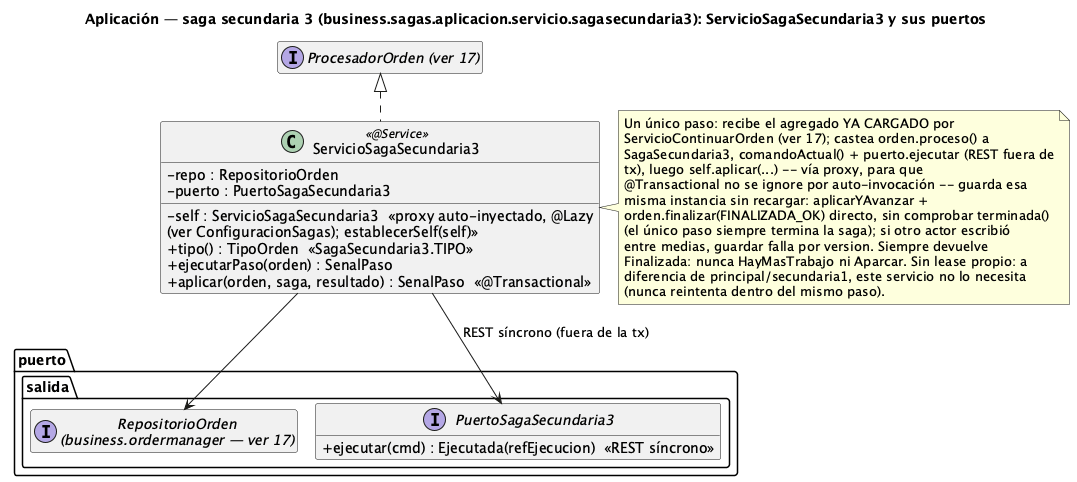
Earlier version of the PlantUML export order-manager/docs/21-clases-aplicacion-saga-secundaria3.png (ralcazar/patrones).
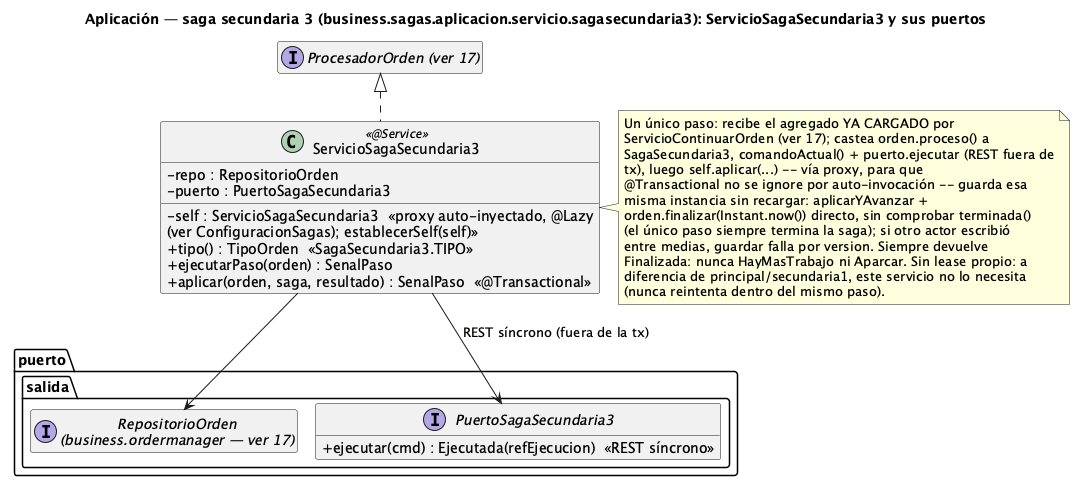
After the change.

The edit, as a diff of the source:
```diff
@@ -21,7 +21,7 @@
   tx), luego self.aplicar(...) -- vía proxy, para que
   @Transactional no se ignore por auto-invocación -- guarda esa
   misma instancia sin recargar: aplicarYAvanzar +
-  orden.finalizar(FINALIZADA_OK) directo, sin comprobar terminada()
+  orden.finalizar(Instant.now()) directo, sin comprobar terminada()
   (el único paso siempre termina la saga); si otro actor escribió
   entre medias, guardar falla por version. Siempre devuelve
   Finalizada: nunca HayMasTrabajo ni Aparcar. Sin lease propio: a
```
